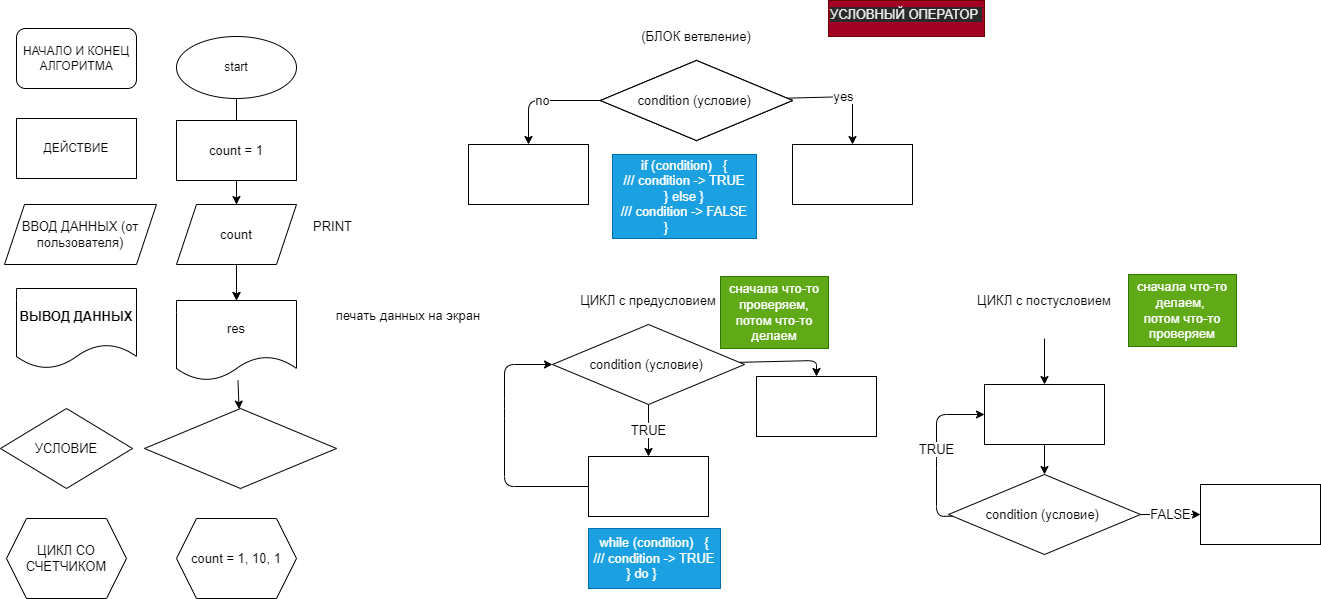
Above: ex000.drawio.png in Margarita01991/practice (draw.io), before the change. Source tidied: cells renumbered, new cells last; positions are measured from the earlier drawing's top-left corner, leaving out a move shared by most shapes. Its diagram source:
```xml
<mxGraphModel>
  <root>
    <mxCell id="0" />
    <mxCell id="1" parent="0" />
    <mxCell id="2" value="НАЧАЛО И КОНЕЦ АЛГОРИТМА" style="rounded=1;whiteSpace=wrap;html=1;" parent="1" vertex="1">
      <mxGeometry x="16" y="28" width="120" height="60" as="geometry" />
    </mxCell>
    <mxCell id="3" style="edgeStyle=none;html=1;fontSize=13;" parent="1" edge="1" source="4" target="9">
      <mxGeometry relative="1" as="geometry" />
    </mxCell>
    <mxCell id="4" value="start" style="ellipse;whiteSpace=wrap;html=1;" parent="1" vertex="1">
      <mxGeometry x="176" y="36" width="120" height="62" as="geometry" />
    </mxCell>
    <mxCell id="5" value="ДЕЙСТВИЕ" style="rounded=0;whiteSpace=wrap;html=1;" parent="1" vertex="1">
      <mxGeometry x="16" y="118" width="120" height="60" as="geometry" />
    </mxCell>
    <mxCell id="6" style="edgeStyle=none;html=1;fontSize=13;" parent="1" edge="1" source="7" target="13">
      <mxGeometry relative="1" as="geometry" />
    </mxCell>
    <mxCell id="7" value="count = 1" style="rounded=0;whiteSpace=wrap;html=1;fontSize=13;" parent="1" vertex="1">
      <mxGeometry x="176" y="120" width="120" height="60" as="geometry" />
    </mxCell>
    <mxCell id="8" style="edgeStyle=none;html=1;fontSize=13;" parent="1" edge="1" source="9" target="13">
      <mxGeometry relative="1" as="geometry" />
    </mxCell>
    <mxCell id="9" value="count" style="shape=parallelogram;perimeter=parallelogramPerimeter;whiteSpace=wrap;html=1;fixedSize=1;fontSize=13;" parent="1" vertex="1">
      <mxGeometry x="176" y="204" width="120" height="60" as="geometry" />
    </mxCell>
    <mxCell id="10" value="ВВОД ДАННЫХ (от пользователя)" style="shape=parallelogram;perimeter=parallelogramPerimeter;whiteSpace=wrap;html=1;fixedSize=1;fontSize=13;" parent="1" vertex="1">
      <mxGeometry x="4" y="204" width="152" height="60" as="geometry" />
    </mxCell>
    <mxCell id="11" value="PRINT" style="text;html=1;align=center;verticalAlign=middle;strokeColor=none;fillColor=none;fontSize=13;" parent="1" vertex="1">
      <mxGeometry x="302" y="214" width="60" height="24" as="geometry" />
    </mxCell>
    <mxCell id="12" style="edgeStyle=none;html=1;fontSize=13;" parent="1" edge="1" source="13" target="16">
      <mxGeometry relative="1" as="geometry" />
    </mxCell>
    <mxCell id="13" value="res" style="shape=document;whiteSpace=wrap;html=1;boundedLbl=1;fontSize=13;" parent="1" vertex="1">
      <mxGeometry x="176" y="300" width="120" height="80" as="geometry" />
    </mxCell>
    <mxCell id="14" value="печать данных на экран" style="text;html=1;strokeColor=none;fillColor=none;align=center;verticalAlign=middle;whiteSpace=wrap;rounded=0;fontSize=13;" parent="1" vertex="1">
      <mxGeometry x="324" y="300" width="168" height="30" as="geometry" />
    </mxCell>
    <mxCell id="15" value="&lt;b&gt;ВЫВОД ДАННЫХ&lt;/b&gt;" style="shape=document;whiteSpace=wrap;html=1;boundedLbl=1;fontSize=13;" parent="1" vertex="1">
      <mxGeometry x="16" y="288" width="120" height="80" as="geometry" />
    </mxCell>
    <mxCell id="16" style="rhombus;whiteSpace=wrap;html=1;fontSize=13;" parent="1" vertex="1">
      <mxGeometry x="144" y="408" width="192" height="80" as="geometry" />
    </mxCell>
    <mxCell id="17" value="УСЛОВИЕ" style="rhombus;whiteSpace=wrap;html=1;fontSize=13;" parent="1" vertex="1">
      <mxGeometry y="408" width="132" height="80" as="geometry" />
    </mxCell>
    <mxCell id="18" value="no" style="edgeStyle=none;html=1;fontSize=13;" parent="1" edge="1" source="20" target="21">
      <mxGeometry relative="1" as="geometry">
        <Array as="points">
          <mxPoint x="528" y="100" />
        </Array>
      </mxGeometry>
    </mxCell>
    <mxCell id="19" value="yes" style="edgeStyle=none;html=1;fontSize=13;" parent="1" edge="1" source="20" target="22">
      <mxGeometry relative="1" as="geometry">
        <Array as="points">
          <mxPoint x="852" y="96" />
        </Array>
      </mxGeometry>
    </mxCell>
    <mxCell id="20" value="conditions" style="rhombus;whiteSpace=wrap;html=1;fontSize=13;" parent="1" vertex="1">
      <mxGeometry x="600" y="60" width="192" height="80" as="geometry" />
    </mxCell>
    <mxCell id="21" style="whiteSpace=wrap;html=1;fontSize=13;" parent="1" vertex="1">
      <mxGeometry x="468" y="144" width="120" height="60" as="geometry" />
    </mxCell>
    <mxCell id="22" style="whiteSpace=wrap;html=1;fontSize=13;" parent="1" vertex="1">
      <mxGeometry x="792" y="144" width="120" height="60" as="geometry" />
    </mxCell>
    <mxCell id="23" value="(БЛОК ветвление)" style="text;html=1;strokeColor=none;fillColor=none;align=center;verticalAlign=middle;whiteSpace=wrap;rounded=0;fontSize=13;" parent="1" vertex="1">
      <mxGeometry x="612" y="12" width="168" height="48" as="geometry" />
    </mxCell>
    <mxCell id="24" style="whiteSpace=wrap;html=1;fontSize=13;" parent="1" vertex="1">
      <mxGeometry x="468" y="144" width="120" height="60" as="geometry" />
    </mxCell>
    <mxCell id="25" value="conditions" style="rhombus;whiteSpace=wrap;html=1;fontSize=13;" parent="1" vertex="1">
      <mxGeometry x="600" y="60" width="192" height="80" as="geometry" />
    </mxCell>
    <mxCell id="26" style="whiteSpace=wrap;html=1;fontSize=13;" parent="1" vertex="1">
      <mxGeometry x="468" y="144" width="120" height="60" as="geometry" />
    </mxCell>
    <mxCell id="27" value="condition (условие)&amp;nbsp;" style="rhombus;whiteSpace=wrap;html=1;fontSize=13;" parent="1" vertex="1">
      <mxGeometry x="600" y="60" width="192" height="80" as="geometry" />
    </mxCell>
    <mxCell id="28" value="if (condition)&amp;nbsp; &amp;nbsp;{&lt;br&gt;///&amp;nbsp;condition -&amp;gt; TRUE&lt;br&gt;} else }&lt;br&gt;///&amp;nbsp;condition -&amp;gt; FALSE&lt;br&gt;}&amp;nbsp; &amp;nbsp; &amp;nbsp; &amp;nbsp; &amp;nbsp;&amp;nbsp;" style="text;html=1;strokeColor=#006EAF;fillColor=#1ba1e2;align=center;verticalAlign=middle;whiteSpace=wrap;rounded=0;fontSize=13;fontColor=#ffffff;" parent="1" vertex="1">
      <mxGeometry x="612" y="154" width="144" height="84" as="geometry" />
    </mxCell>
    <mxCell id="29" value="ЦИКЛ с предусловием" style="text;html=1;strokeColor=none;fillColor=none;align=center;verticalAlign=middle;whiteSpace=wrap;rounded=0;fontSize=13;" parent="1" vertex="1">
      <mxGeometry x="564" y="276" width="168" height="48" as="geometry" />
    </mxCell>
    <mxCell id="30" value="TRUE" style="edgeStyle=none;html=1;fontSize=13;" parent="1" edge="1" source="32" target="34">
      <mxGeometry relative="1" as="geometry">
        <Array as="points">
          <mxPoint x="648" y="432" />
        </Array>
      </mxGeometry>
    </mxCell>
    <mxCell id="31" style="edgeStyle=none;html=1;fontSize=13;" parent="1" edge="1" source="32" target="45">
      <mxGeometry relative="1" as="geometry">
        <Array as="points">
          <mxPoint x="816" y="360" />
        </Array>
      </mxGeometry>
    </mxCell>
    <mxCell id="32" value="condition (условие)&amp;nbsp;" style="rhombus;whiteSpace=wrap;html=1;fontSize=13;" parent="1" vertex="1">
      <mxGeometry x="552" y="324" width="192" height="80" as="geometry" />
    </mxCell>
    <mxCell id="33" style="edgeStyle=none;html=1;fontSize=13;entryX=0;entryY=0.5;entryDx=0;entryDy=0;" parent="1" edge="1" source="34" target="32">
      <mxGeometry relative="1" as="geometry">
        <Array as="points">
          <mxPoint x="504" y="486" />
          <mxPoint x="504" y="408" />
          <mxPoint x="504" y="364" />
        </Array>
      </mxGeometry>
    </mxCell>
    <mxCell id="34" style="whiteSpace=wrap;html=1;fontSize=13;" parent="1" vertex="1">
      <mxGeometry x="588" y="456" width="120" height="60" as="geometry" />
    </mxCell>
    <mxCell id="35" value="while (condition)&amp;nbsp; &amp;nbsp;{&lt;br&gt;///&amp;nbsp;condition -&amp;gt; TRUE&lt;br&gt;} do }&amp;nbsp; &amp;nbsp; &amp;nbsp; &amp;nbsp;" style="text;html=1;strokeColor=#006EAF;fillColor=#1ba1e2;align=center;verticalAlign=middle;whiteSpace=wrap;rounded=0;fontSize=13;fontColor=#ffffff;" parent="1" vertex="1">
      <mxGeometry x="588" y="528" width="132" height="60" as="geometry" />
    </mxCell>
    <mxCell id="36" value="FALSE" style="edgeStyle=none;html=1;fontSize=13;" parent="1" edge="1" source="37" target="46">
      <mxGeometry relative="1" as="geometry" />
    </mxCell>
    <mxCell id="37" value="condition (условие)&amp;nbsp;" style="rhombus;whiteSpace=wrap;html=1;fontSize=13;" parent="1" vertex="1">
      <mxGeometry x="948" y="474" width="192" height="80" as="geometry" />
    </mxCell>
    <mxCell id="38" value="TRUE" style="edgeStyle=none;html=1;fontSize=13;entryX=0;entryY=0.5;entryDx=0;entryDy=0;" parent="1" edge="1" source="37" target="40">
      <mxGeometry relative="1" as="geometry">
        <Array as="points">
          <mxPoint x="936" y="516" />
          <mxPoint x="936" y="458" />
          <mxPoint x="936" y="414" />
        </Array>
      </mxGeometry>
    </mxCell>
    <mxCell id="39" style="edgeStyle=none;html=1;fontSize=13;" parent="1" edge="1" source="40" target="37">
      <mxGeometry relative="1" as="geometry" />
    </mxCell>
    <mxCell id="40" style="rounded=0;whiteSpace=wrap;html=1;fontSize=13;" parent="1" vertex="1">
      <mxGeometry x="984" y="384" width="120" height="60" as="geometry" />
    </mxCell>
    <mxCell id="41" style="endArrow=classic;html=1;fontSize=13;entryX=0.5;entryY=0;entryDx=0;entryDy=0;" parent="1" edge="1" target="40">
      <mxGeometry relative="1" as="geometry">
        <mxPoint x="1044" y="338" as="sourcePoint" />
      </mxGeometry>
    </mxCell>
    <mxCell id="42" value="ЦИКЛ с постусловием" style="text;html=1;strokeColor=none;fillColor=none;align=center;verticalAlign=middle;whiteSpace=wrap;rounded=0;fontSize=13;" parent="1" vertex="1">
      <mxGeometry x="960" y="276" width="168" height="48" as="geometry" />
    </mxCell>
    <mxCell id="43" value="сначала что-то проверяем, потом что-то делаем" style="text;html=1;strokeColor=#2D7600;fillColor=#60a917;align=center;verticalAlign=middle;whiteSpace=wrap;rounded=0;fontSize=13;fontColor=#ffffff;" parent="1" vertex="1">
      <mxGeometry x="720" y="276" width="108" height="72" as="geometry" />
    </mxCell>
    <mxCell id="44" value="сначала что-то делаем, &lt;br&gt;потом что-то проверяем" style="text;html=1;strokeColor=#2D7600;fillColor=#60a917;align=center;verticalAlign=middle;whiteSpace=wrap;rounded=0;fontSize=13;fontColor=#ffffff;" parent="1" vertex="1">
      <mxGeometry x="1128" y="274" width="108" height="72" as="geometry" />
    </mxCell>
    <mxCell id="45" style="whiteSpace=wrap;html=1;fontSize=13;" parent="1" vertex="1">
      <mxGeometry x="756" y="376" width="120" height="60" as="geometry" />
    </mxCell>
    <mxCell id="46" style="whiteSpace=wrap;html=1;fontSize=13;" parent="1" vertex="1">
      <mxGeometry x="1200" y="484" width="120" height="60" as="geometry" />
    </mxCell>
    <mxCell id="47" value="&lt;span style=&quot;color: rgb(240 , 240 , 240) ; font-family: &amp;#34;helvetica&amp;#34; ; font-size: 13px ; font-style: normal ; font-weight: 400 ; letter-spacing: normal ; text-align: center ; text-indent: 0px ; text-transform: none ; word-spacing: 0px ; background-color: rgb(42 , 42 , 42) ; display: inline ; float: none&quot;&gt;УСЛОВНЫЙ ОПЕРАТОР&lt;span&gt;&amp;nbsp;&lt;/span&gt;&lt;/span&gt;&lt;br&gt;" style="text;whiteSpace=wrap;html=1;fontSize=13;fillColor=#a20025;fontColor=#ffffff;strokeColor=#6F0000;" parent="1" vertex="1">
      <mxGeometry x="828" width="156" height="36" as="geometry" />
    </mxCell>
    <mxCell id="48" value="count = 1, 10, 1" style="shape=hexagon;perimeter=hexagonPerimeter2;whiteSpace=wrap;html=1;fixedSize=1;fontSize=13;" parent="1" vertex="1">
      <mxGeometry x="176" y="518" width="120" height="80" as="geometry" />
    </mxCell>
    <mxCell id="49" value="ЦИКЛ СО СЧЕТЧИКОМ" style="shape=hexagon;perimeter=hexagonPerimeter2;whiteSpace=wrap;html=1;fixedSize=1;fontSize=13;" parent="1" vertex="1">
      <mxGeometry x="6" y="518" width="120" height="80" as="geometry" />
    </mxCell>
  </root>
</mxGraphModel>
```
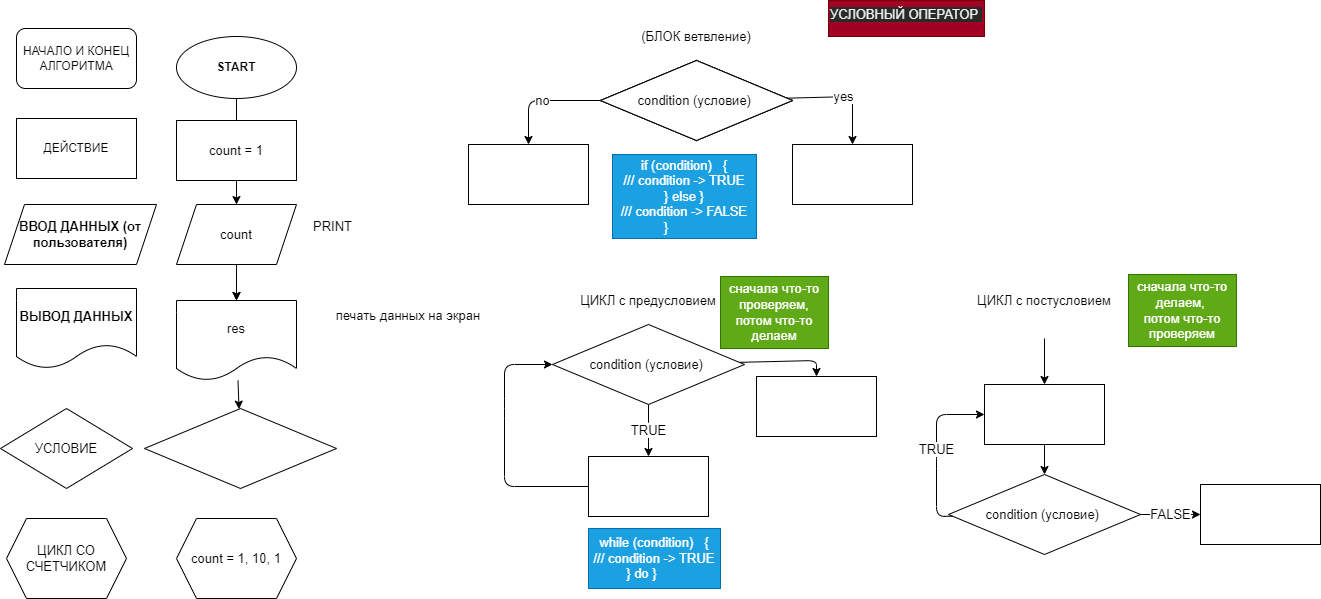
After the change.

The edit, as a diff of the source:
```diff
@@ -8,7 +8,7 @@
     <mxCell id="3" style="edgeStyle=none;html=1;fontSize=13;" parent="1" edge="1" source="4" target="9">
       <mxGeometry relative="1" as="geometry" />
     </mxCell>
-    <mxCell id="4" value="start" style="ellipse;whiteSpace=wrap;html=1;" parent="1" vertex="1">
+    <mxCell id="4" value="START" style="ellipse;whiteSpace=wrap;html=1;fontStyle=1;" parent="1" vertex="1">
       <mxGeometry x="176" y="36" width="120" height="62" as="geometry" />
     </mxCell>
     <mxCell id="5" value="ДЕЙСТВИЕ" style="rounded=0;whiteSpace=wrap;html=1;" parent="1" vertex="1">
@@ -26,7 +26,7 @@
     <mxCell id="9" value="count" style="shape=parallelogram;perimeter=parallelogramPerimeter;whiteSpace=wrap;html=1;fixedSize=1;fontSize=13;" parent="1" vertex="1">
       <mxGeometry x="176" y="204" width="120" height="60" as="geometry" />
     </mxCell>
-    <mxCell id="10" value="ВВОД ДАННЫХ (от пользователя)" style="shape=parallelogram;perimeter=parallelogramPerimeter;whiteSpace=wrap;html=1;fixedSize=1;fontSize=13;" parent="1" vertex="1">
+    <mxCell id="10" value="&lt;b&gt;ВВОД ДАННЫХ (от пользователя)&lt;/b&gt;" style="shape=parallelogram;perimeter=parallelogramPerimeter;whiteSpace=wrap;html=1;fixedSize=1;fontSize=13;" parent="1" vertex="1">
       <mxGeometry x="4" y="204" width="152" height="60" as="geometry" />
     </mxCell>
     <mxCell id="11" value="PRINT" style="text;html=1;align=center;verticalAlign=middle;strokeColor=none;fillColor=none;fontSize=13;" parent="1" vertex="1">
```
